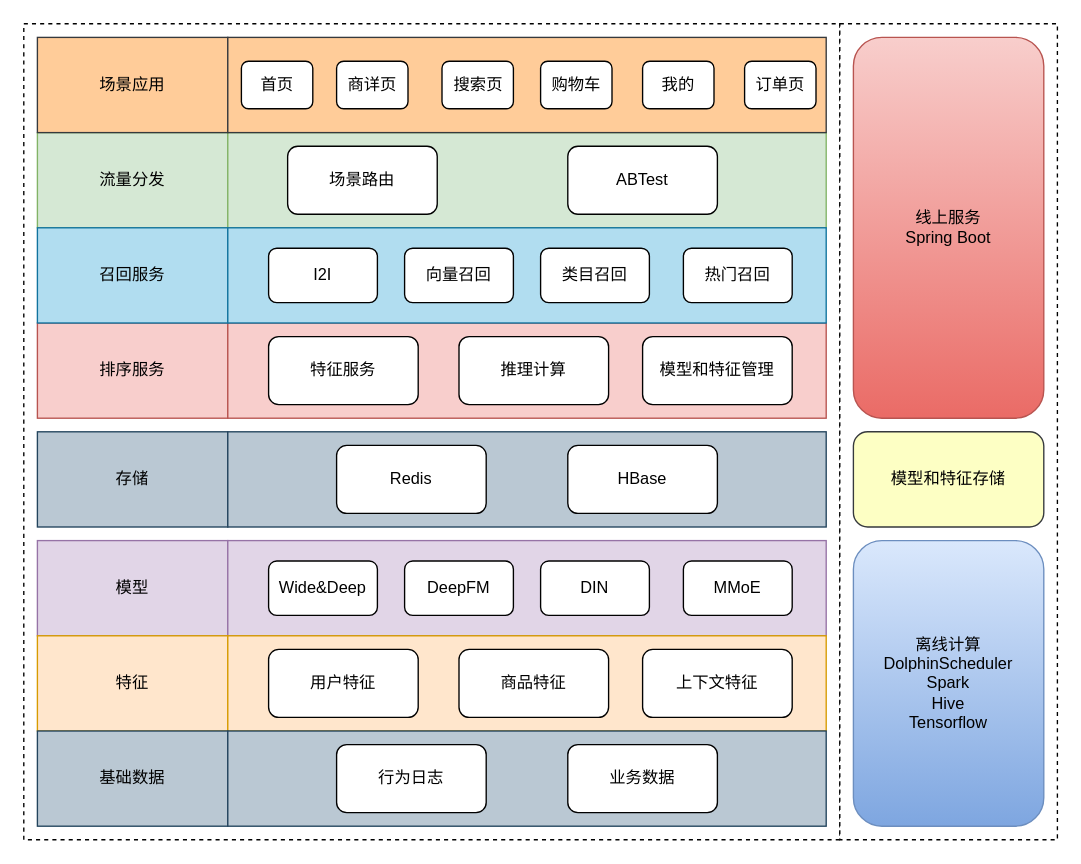
Above: engineering/架构设计/三幅推荐系统架构设计.drawio in Wanke15/wanke15.github.io (draw.io), before the change. Source tidied: cells renumbered, new cells numbered last; positions are measured from the earlier drawing's top-left corner, leaving out a move shared by most shapes. Both pictures are drawn from the tidied source at 136%, with x=0, y=0 at pixel (23, 23).
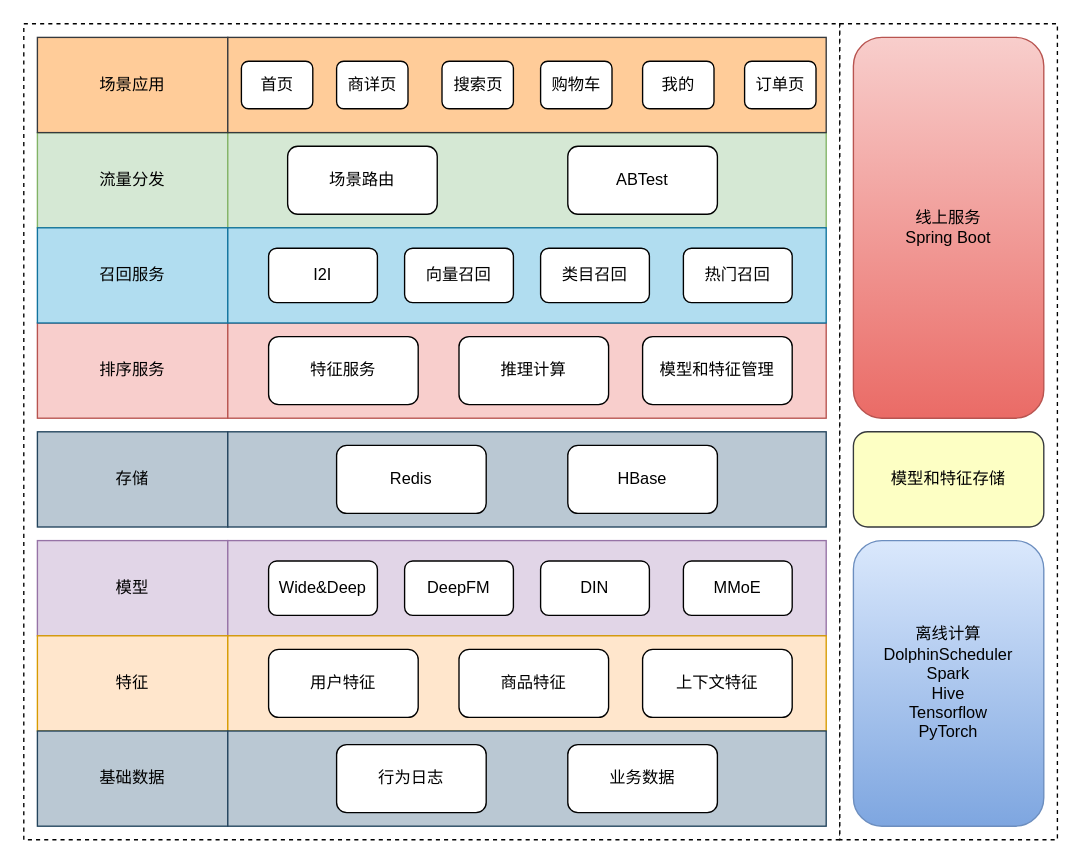
After the change.

Diff of the diagram source:
```diff
@@
-    <mxCell id="33" value="离线计算&lt;br&gt;DolphinScheduler&lt;br&gt;Spark&lt;br&gt;Hive&lt;br&gt;Tensorflow" style="rounded=1;whiteSpace=wrap;html=1;gradientColor=#7ea6e0;fillColor=#dae8fc;strokeColor=#6c8ebf;" parent="1" vertex="1">
+    <mxCell id="33" value="离线计算&lt;br&gt;DolphinScheduler&lt;br&gt;Spark&lt;br&gt;Hive&lt;br&gt;Tensorflow&lt;br&gt;PyTorch" style="rounded=1;whiteSpace=wrap;html=1;gradientColor=#7ea6e0;fillColor=#dae8fc;strokeColor=#6c8ebf;" parent="1" vertex="1">
       <mxGeometry x="610" y="380" width="140" height="210" as="geometry" />
     </mxCell>
```
